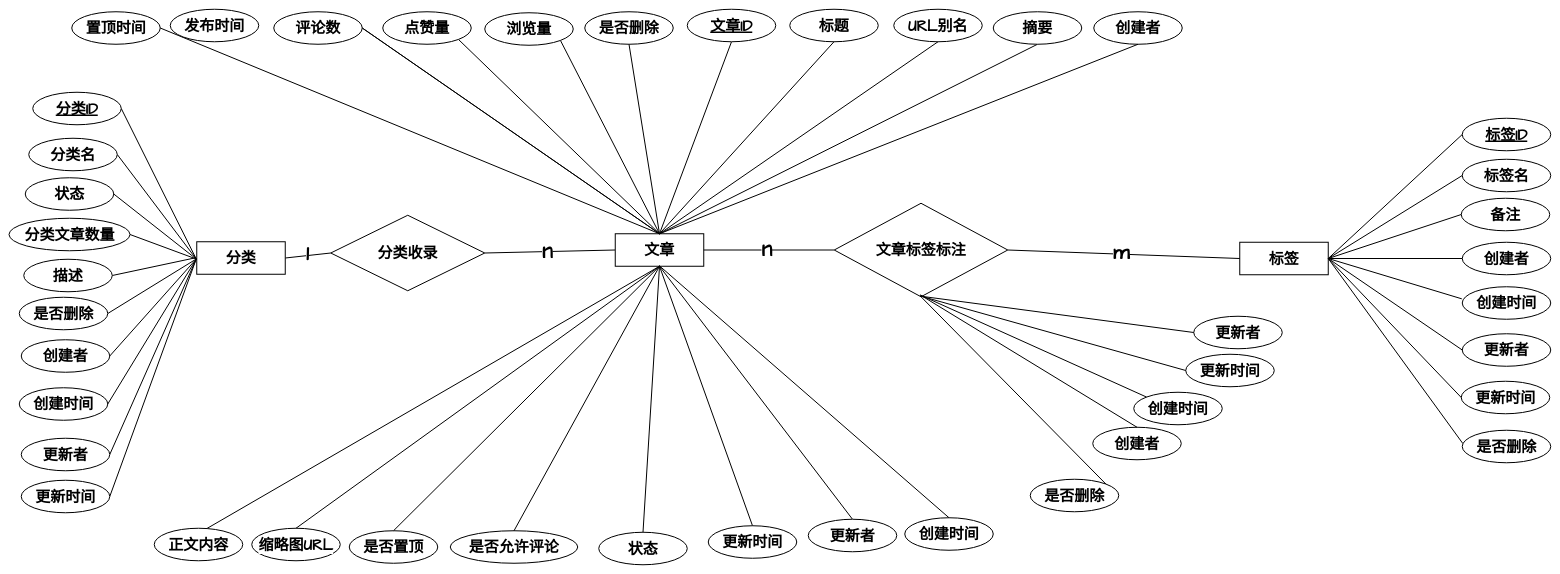
The draw.io diagram graph/分类ER.drawio in zhangbird050801/bird-blog, before the edit. Source tidied: cells renumbered, new cells numbered last; positions are measured from the earlier drawing's top-left corner, leaving out a move shared by most shapes. Both pictures are drawn from the tidied source at 50%, with x=0, y=0 at pixel (8, 9).
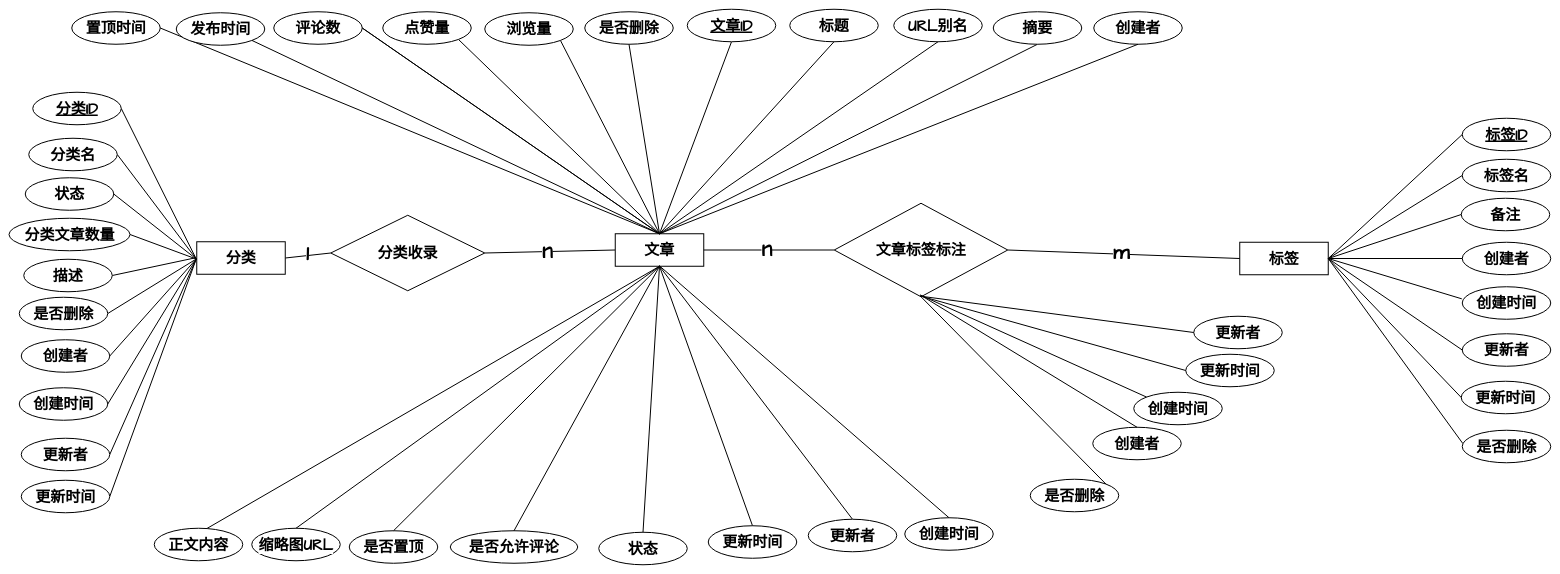
Above is the later version.

Unchanged cells that the change refers to:
```xml
<mxCell id="28" value="文章" style="rounded=0;whiteSpace=wrap;html=1;fontSize=30;fontFamily=Comic Sans MS;fontStyle=1;strokeColor=default;strokeWidth=2;align=center;verticalAlign=middle;fontColor=default;labelBackgroundColor=default;" parent="1" vertex="1">
  <mxGeometry x="1213" y="449" width="177" height="65" as="geometry" />
</mxCell>
```

Change to the diagram source:
```diff
@@
     <mxCell id="62" value="发布时间" style="whiteSpace=wrap;html=1;shape=ellipse;perimeter=ellipsePerimeter;fontSize=30;fontFamily=Comic Sans MS;fontStyle=1;rounded=0;strokeColor=default;strokeWidth=2;align=center;verticalAlign=middle;fontColor=default;labelBackgroundColor=default;" parent="1" vertex="1">
-      <mxGeometry x="323" width="177" height="65" as="geometry" />
+      <mxGeometry x="335" y="7" width="177" height="65" as="geometry" />
     </mxCell>
@@
+    <mxCell id="99" style="rounded=0;jettySize=auto;html=1;exitX=1;exitY=1;exitDx=0;exitDy=0;endArrow=none;endFill=0;fontSize=30;fontFamily=Comic Sans MS;entryX=0.5;entryY=0;entryDx=0;entryDy=0;fontStyle=1;strokeColor=default;strokeWidth=2;align=center;verticalAlign=middle;fontColor=default;labelBackgroundColor=default;" parent="1" edge="1" source="62" target="28">
+      <mxGeometry relative="1" as="geometry" />
+    </mxCell>
```
